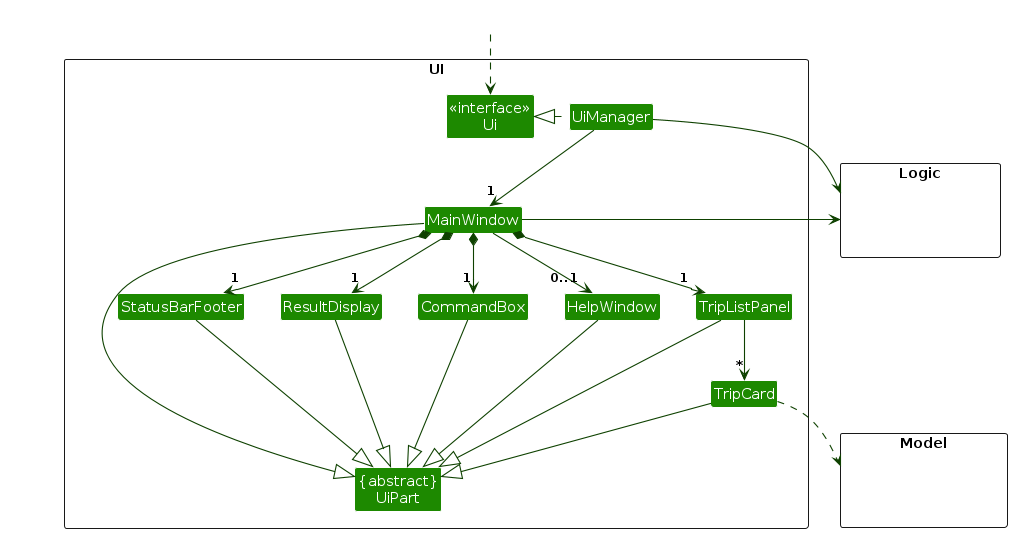
This is diagrams/UiClassDiagram.png from AY2526S2-CS2103-F13-2/tp, a PlantUML export, as it was before one commit. Its source is kept beside it as diagrams/UiClassDiagram.puml. Its diagram source:
```plantuml
@startuml
!include style.puml
skinparam arrowThickness 1.1
skinparam arrowColor UI_COLOR_T4
skinparam classBackgroundColor UI_COLOR

package UI <<Rectangle>>{
Class "<<interface>>\nUi" as Ui
Class "{abstract}\nUiPart" as UiPart
Class UiManager
Class MainWindow
Class HelpWindow
Class ResultDisplay
Class TripListPanel
Class TripCard
Class StatusBarFooter
Class CommandBox
}

package Model <<Rectangle>> {
Class HiddenModel #FFFFFF
}

package Logic <<Rectangle>> {
Class HiddenLogic #FFFFFF
}

Class HiddenOutside #FFFFFF
HiddenOutside ..> Ui

UiManager .left.|> Ui
UiManager -down-> "1" MainWindow
MainWindow *-down->  "1" CommandBox
MainWindow *-down-> "1" ResultDisplay
MainWindow *-down-> "1" TripListPanel
MainWindow *-down-> "1" StatusBarFooter
MainWindow --> "0..1" HelpWindow

TripListPanel -down-> "*" TripCard

MainWindow -left-|> UiPart

ResultDisplay --|> UiPart
CommandBox --|> UiPart
TripListPanel --|> UiPart
TripCard --|> UiPart
StatusBarFooter --|> UiPart
HelpWindow --|> UiPart

TripCard ..> Model
UiManager -right-> Logic
MainWindow -left-> Logic

TripListPanel -[hidden]left- HelpWindow
HelpWindow -[hidden]left- CommandBox
CommandBox -[hidden]left- ResultDisplay
ResultDisplay -[hidden]left- StatusBarFooter

MainWindow -[hidden]-|> UiPart
@enduml
```
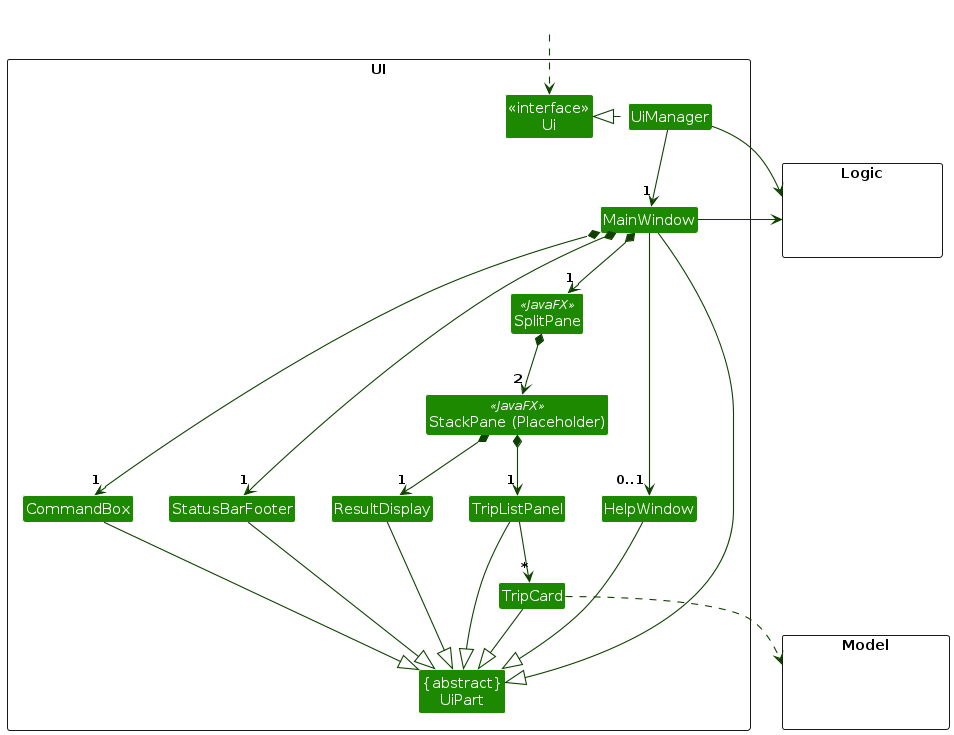
The same file after the commit.

Diff of the diagram source:
```diff
@@ -15,6 +15,8 @@
 Class TripCard
 Class StatusBarFooter
 Class CommandBox
+Class SplitPane <<JavaFX>>
+Class "StackPane (Placeholder)" as Placeholder <<JavaFX>>
 }
 
 package Model <<Rectangle>> {
@@ -31,10 +33,13 @@
 UiManager .left.|> Ui
 UiManager -down-> "1" MainWindow
 MainWindow *-down->  "1" CommandBox
-MainWindow *-down-> "1" ResultDisplay
-MainWindow *-down-> "1" TripListPanel
+MainWindow *-down->  "1" SplitPane
 MainWindow *-down-> "1" StatusBarFooter
 MainWindow --> "0..1" HelpWindow
+
+SplitPane *-down-> "2" Placeholder
+Placeholder *-down-> "1" ResultDisplay
+Placeholder *-down-> "1" TripListPanel
 
 TripListPanel -down-> "*" TripCard
 
@@ -55,6 +60,4 @@
 HelpWindow -[hidden]left- CommandBox
 CommandBox -[hidden]left- ResultDisplay
 ResultDisplay -[hidden]left- StatusBarFooter
-
-MainWindow -[hidden]-|> UiPart
 @enduml
```
